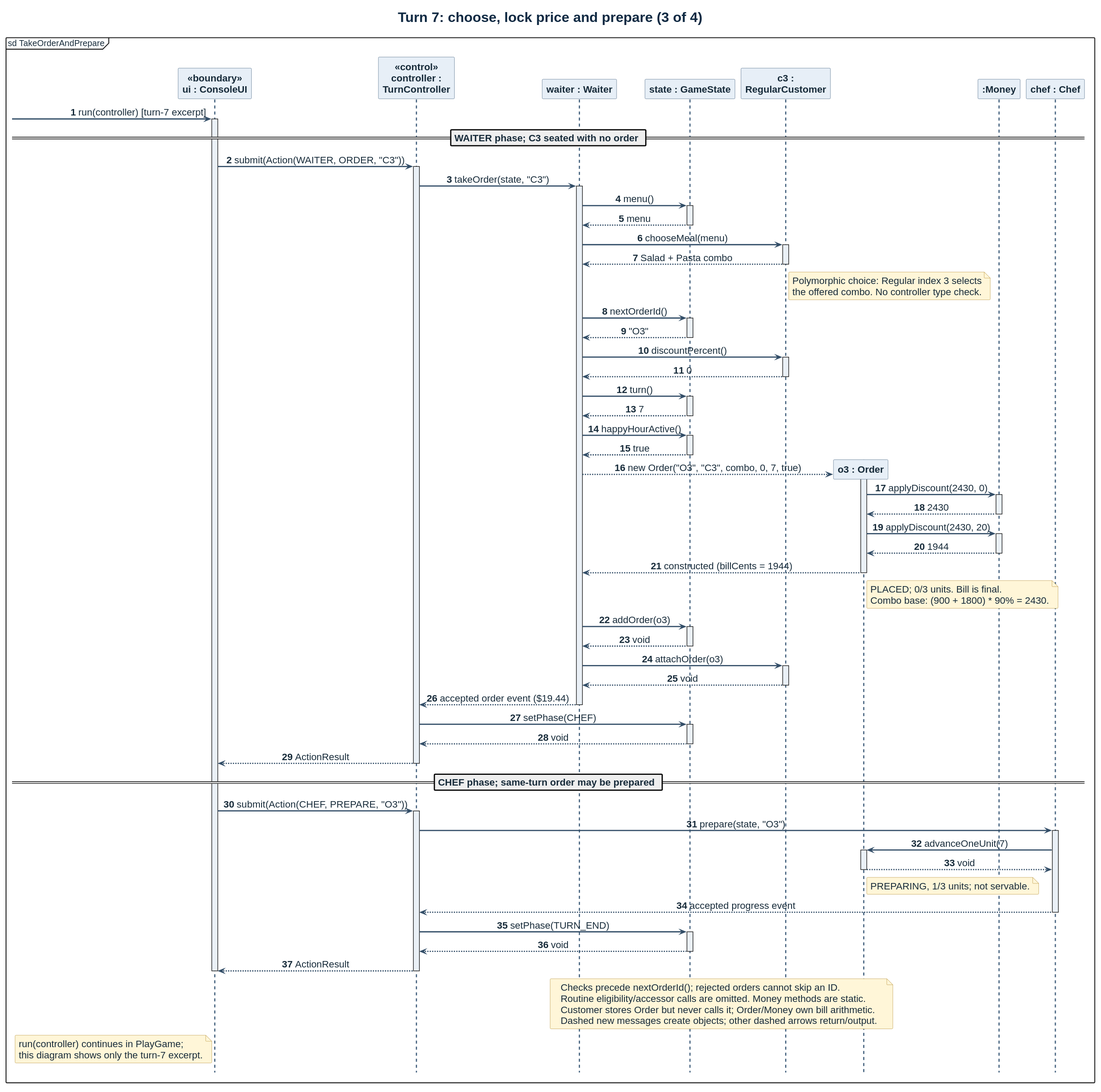
Above: docs/diagrams/exports/sequence-3-order.svg in respoopu/SC2002-lab-assignment-final (PlantUML), before the change. Its source is kept beside it as docs/diagrams/sequence-3-order.puml.
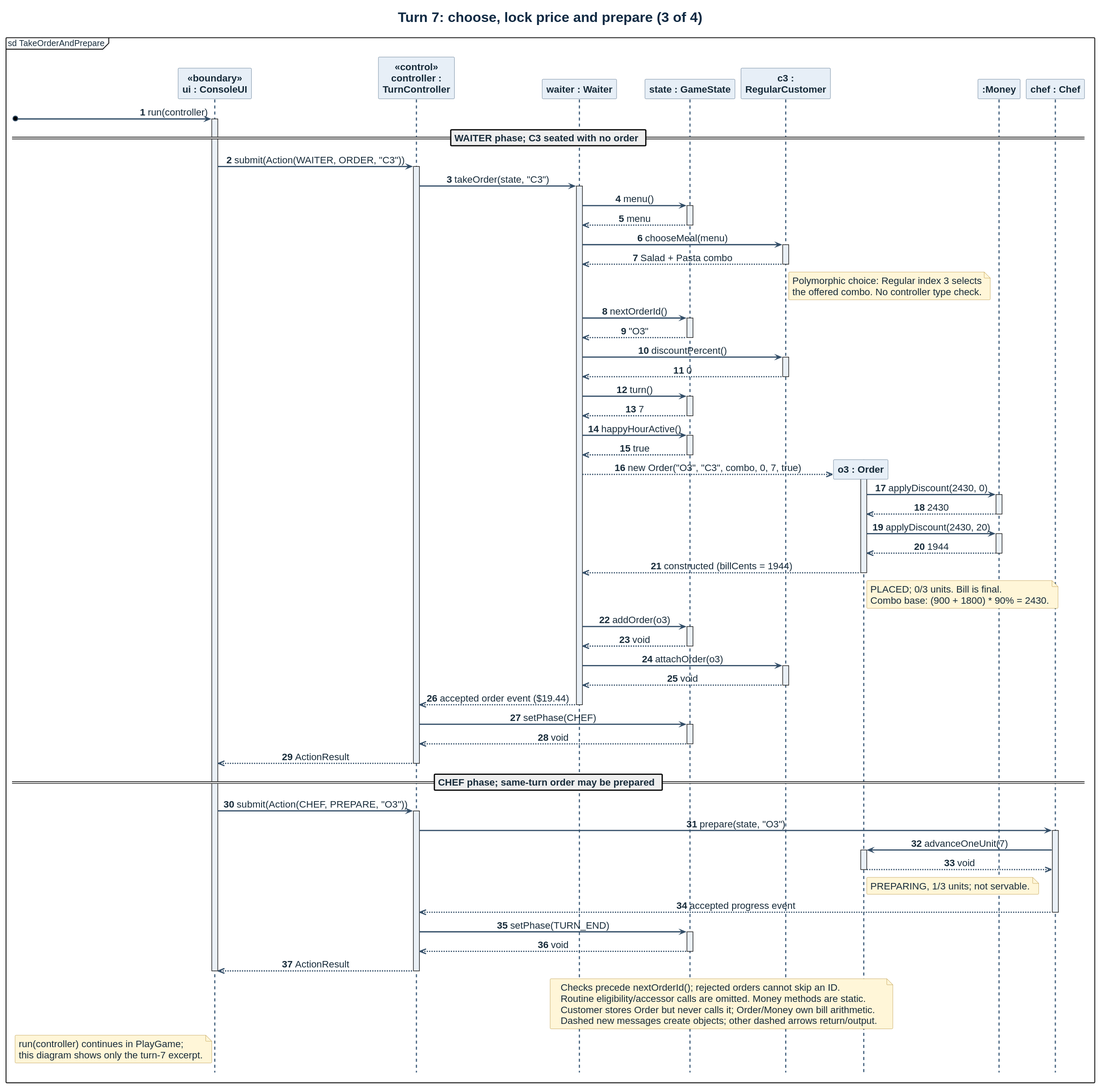
The same diagram one commit later.

The edit, as a diff of the source:
```diff
@@ -12,49 +12,49 @@
 participant ":Money" as M
 participant "chef : Chef" as Chef
 autonumber
-[-> UI ++ : run(controller) [turn-7 excerpt]
+[o-> UI ++ : run(controller)
 == WAITER phase; C3 seated with no order ==
 UI -> TC ++ : submit(Action(WAITER, ORDER, "C3"))
 TC -> W ++ : takeOrder(state, "C3")
 W -> S ++ : menu()
-S --> W -- : menu
+S -->> W -- : menu
 W -> C3 ++ : chooseMeal(menu)
-C3 --> W -- : Salad + Pasta combo
+C3 -->> W -- : Salad + Pasta combo
 note right of C3 : Polymorphic choice: Regular index 3 selects\nthe offered combo. No controller type check.
 W -> S ++ : nextOrderId()
-S --> W -- : "O3"
+S -->> W -- : "O3"
 W -> C3 ++ : discountPercent()
-C3 --> W -- : 0
+C3 -->> W -- : 0
 W -> S ++ : turn()
-S --> W -- : 7
+S -->> W -- : 7
 W -> S ++ : happyHourActive()
-S --> W -- : true
+S -->> W -- : true
 create O3
-W --> O3 ++ : new Order("O3", "C3", combo, 0, 7, true)
+W -->> O3 ++ : new Order("O3", "C3", combo, 0, 7, true)
 O3 -> M ++ : applyDiscount(2430, 0)
-M --> O3 -- : 2430
+M -->> O3 -- : 2430
 O3 -> M ++ : applyDiscount(2430, 20)
-M --> O3 -- : 1944
-O3 --> W -- : constructed (billCents = 1944)
+M -->> O3 -- : 1944
+O3 -->> W -- : constructed (billCents = 1944)
 note right of O3 : PLACED; 0/3 units. Bill is final.\nCombo base: (900 + 1800) * 90% = 2430.
 W -> S ++ : addOrder(o3)
-S --> W -- : void
+S -->> W -- : void
 W -> C3 ++ : attachOrder(o3)
-C3 --> W -- : void
-W --> TC -- : accepted order event ($19.44)
+C3 -->> W -- : void
+W -->> TC -- : accepted order event ($19.44)
 TC -> S ++ : setPhase(CHEF)
-S --> TC -- : void
-TC --> UI -- : ActionResult
+S -->> TC -- : void
+TC -->> UI -- : ActionResult
 == CHEF phase; same-turn order may be prepared ==
 UI -> TC ++ : submit(Action(CHEF, PREPARE, "O3"))
 TC -> Chef ++ : prepare(state, "O3")
 Chef -> O3 ++ : advanceOneUnit(7)
-O3 --> Chef -- : void
+O3 -->> Chef -- : void
 note right of O3 : PREPARING, 1/3 units; not servable.
-Chef --> TC -- : accepted progress event
+Chef -->> TC -- : accepted progress event
 TC -> S ++ : setPhase(TURN_END)
-S --> TC -- : void
-TC --> UI -- : ActionResult
+S -->> TC -- : void
+TC -->> UI -- : ActionResult
 note over W, O3
   Checks precede nextOrderId(); rejected orders cannot skip an ID.
   Routine eligibility/accessor calls are omitted. Money methods are static.
```
